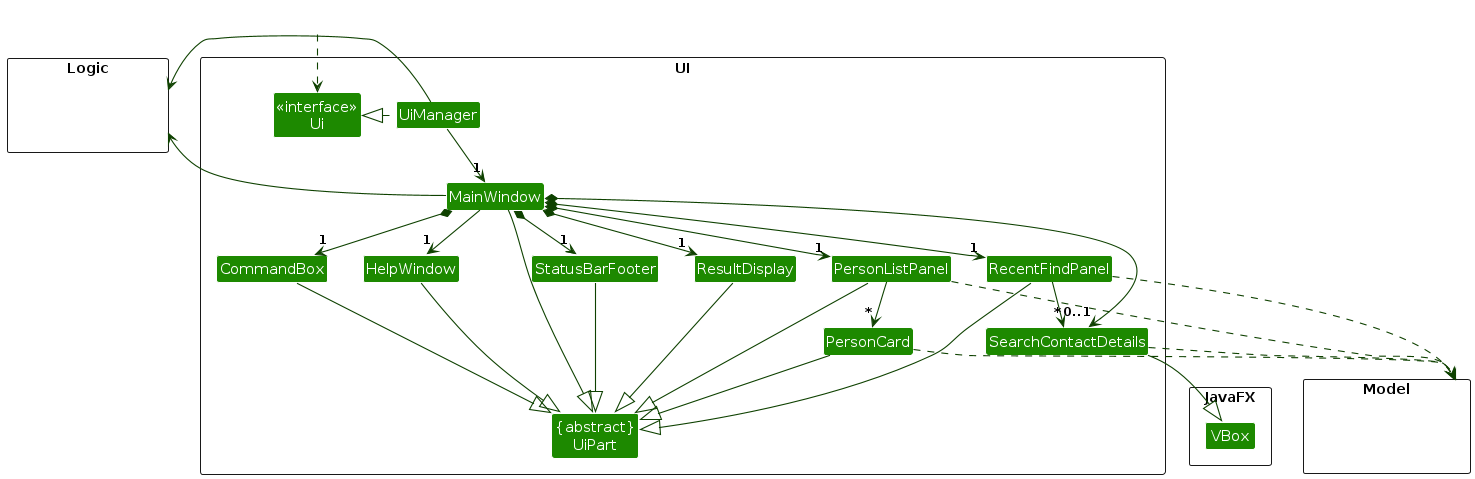
AY2627S1-CS2103T-W14-2/tp keeps this PlantUML diagram as diagrams/UiClassDiagram.png. Above is the earlier version. Its source is kept beside it as diagrams/UiClassDiagram.puml.
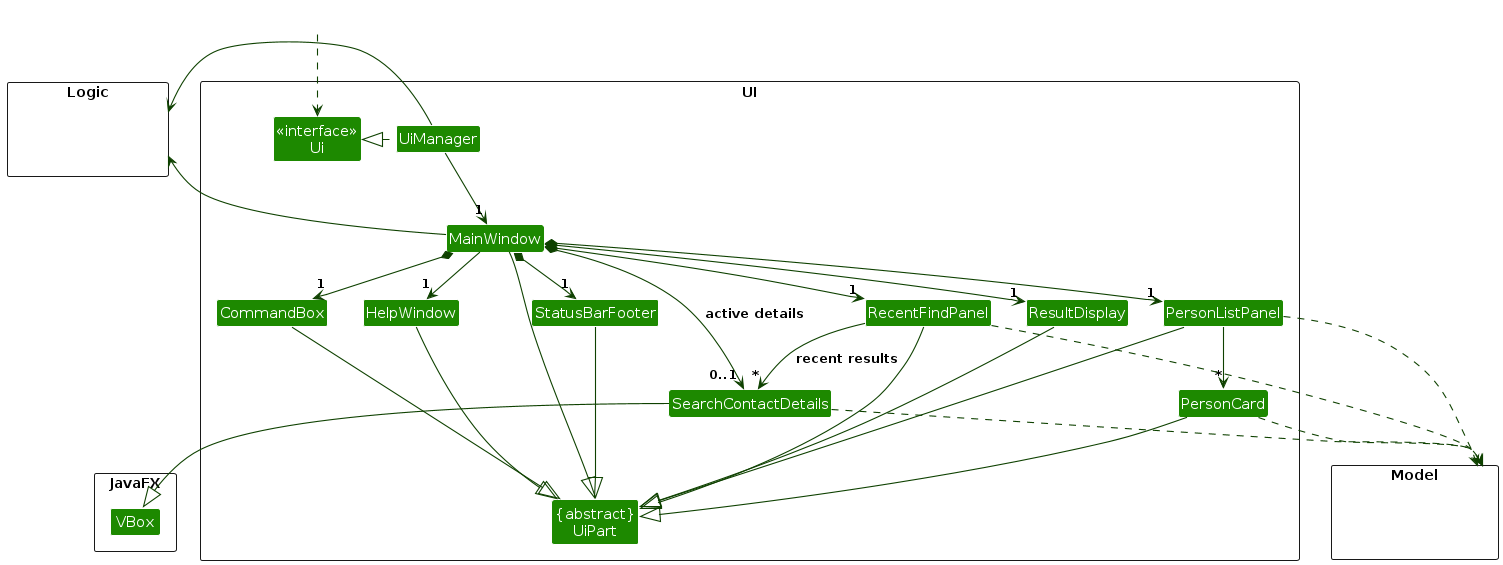
After the commit.

The edit, as a diff of the source:
```diff
@@ -46,8 +46,8 @@
 MainWindow --> "1" HelpWindow
 
 PersonListPanel -down-> "*" PersonCard
-MainWindow *-down-> "0..1" SearchContactDetails
-RecentFindPanel -down-> "*" SearchContactDetails
+MainWindow *-down-> "0..1" SearchContactDetails : active details
+RecentFindPanel -down-> "*" SearchContactDetails : recent results
 
 MainWindow -left-|> UiPart
 
```
